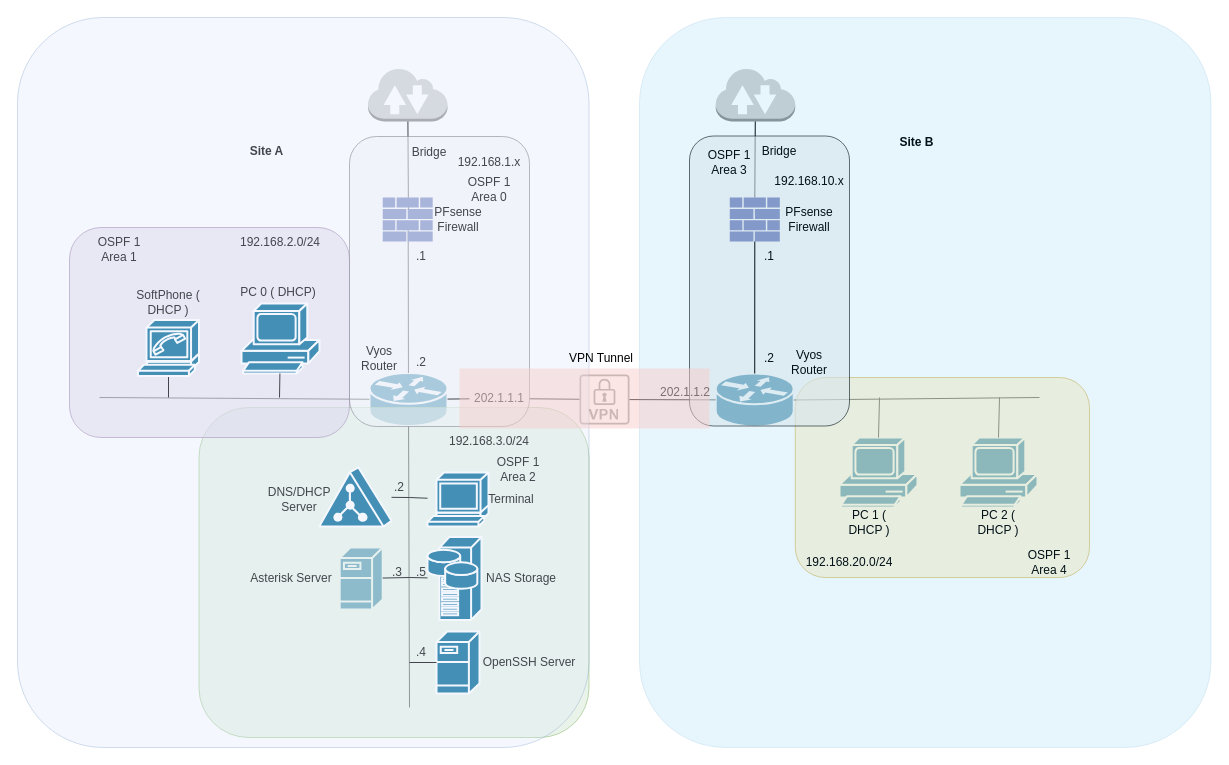
This is CapstoneNetDiag.drawio from Ssinghal98/Testing-stuff, a draw.io file, before an edit. Source tidied: cells renumbered, new cells numbered last; positions are measured from the earlier drawing's top-left corner, leaving out a move shared by most shapes. Both pictures are drawn from the tidied source at 100%, with x=0, y=0 at pixel (17, 17).
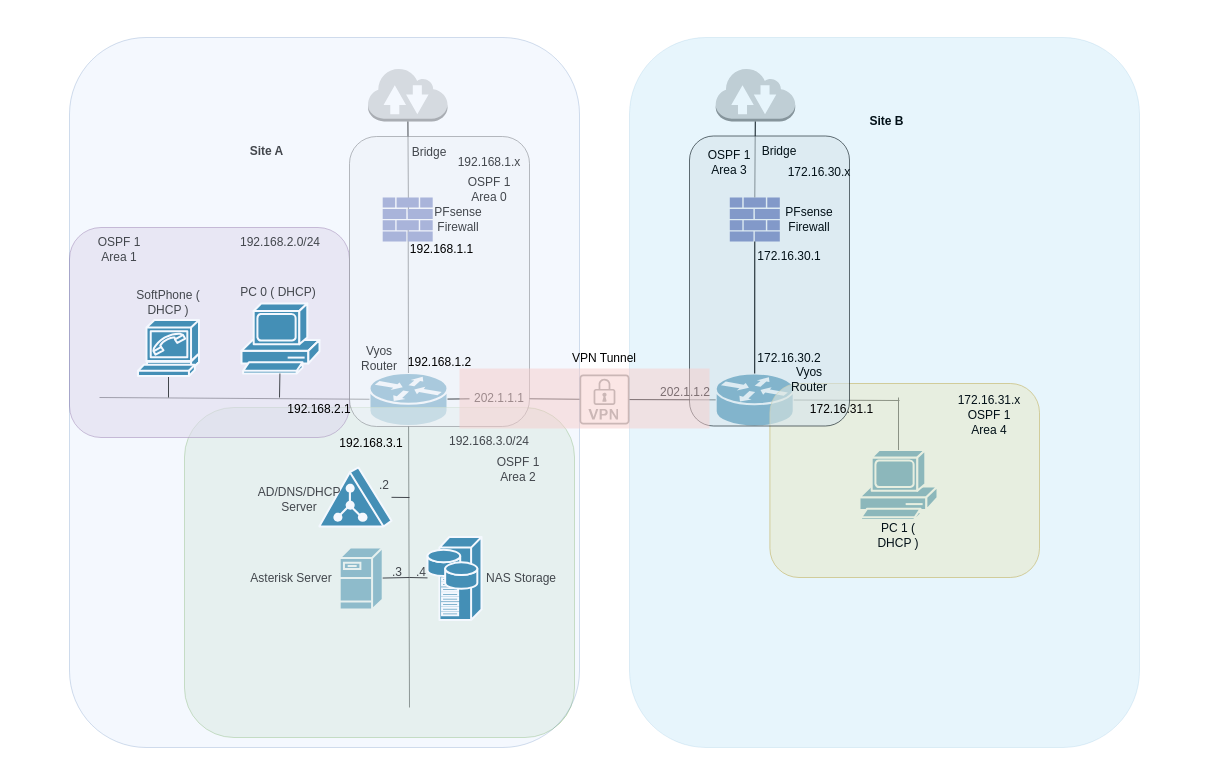
The same page after the edit.

Unchanged cells that the change refers to:
```xml
<mxCell id="6" style="shape=mxgraph.cisco.routers.router;sketch=0;html=1;dashed=0;fillColor=#036897;strokeColor=#ffffff;strokeWidth=2;verticalLabelPosition=bottom;verticalAlign=top;align=center;outlineConnect=0;" parent="1" vertex="1">
  <mxGeometry x="698.2" y="356" width="78" height="53" as="geometry" />
</mxCell>
```

Change to the diagram source:
```diff
@@
     <mxCell id="13" style="shape=mxgraph.cisco.computers_and_peripherals.pc;sketch=0;html=1;dashed=0;fillColor=#036897;strokeColor=#ffffff;strokeWidth=2;verticalLabelPosition=bottom;verticalAlign=top;align=center;outlineConnect=0;" parent="1" vertex="1">
-      <mxGeometry x="822" y="420" width="78" height="70" as="geometry" />
+      <mxGeometry x="842" y="432.5" width="78" height="70" as="geometry" />
     </mxCell>
@@
-    <mxCell id="16" style="shape=mxgraph.cisco.computers_and_peripherals.pc;sketch=0;html=1;dashed=0;fillColor=#036897;strokeColor=#ffffff;strokeWidth=2;verticalLabelPosition=bottom;verticalAlign=top;align=center;outlineConnect=0;" parent="1" vertex="1">
-      <mxGeometry x="942" y="420" width="78" height="70" as="geometry" />
-    </mxCell>
     <mxCell id="17" style="endArrow=none;html=1;rounded=0;entryX=1;entryY=0.5;entryDx=0;entryDy=0;entryPerimeter=0;" parent="1" edge="1" target="6">
       <mxGeometry relative="1" as="geometry">
-        <mxPoint x="1022" y="380" as="sourcePoint" />
+        <mxPoint x="882" y="383" as="sourcePoint" />
       </mxGeometry>
     </mxCell>
     <mxCell id="18" style="endArrow=none;html=1;rounded=0;entryX=0.5;entryY=0;entryDx=0;entryDy=0;entryPerimeter=0;" parent="1" edge="1" target="13">
       <mxGeometry relative="1" as="geometry">
-        <mxPoint x="862" y="380" as="sourcePoint" />
+        <mxPoint x="881" y="380" as="sourcePoint" />
       </mxGeometry>
     </mxCell>
-    <mxCell id="19" style="endArrow=none;html=1;rounded=0;entryX=0.5;entryY=0;entryDx=0;entryDy=0;entryPerimeter=0;" parent="1" edge="1" target="16">
-      <mxGeometry relative="1" as="geometry">
-        <mxPoint x="982" y="380" as="sourcePoint" />
-      </mxGeometry>
-    </mxCell>
     <mxCell id="20" style="rounded=1;whiteSpace=wrap;html=1;opacity=50;fillColor=#d5e8d4;strokeColor=#82b366;" parent="1" vertex="1">
-      <mxGeometry x="181.5" y="390" width="390" height="330" as="geometry" />
+      <mxGeometry x="167" y="390" width="390" height="330" as="geometry" />
     </mxCell>
@@
     <mxCell id="23" style="rounded=1;whiteSpace=wrap;html=1;opacity=60;fillColor=#fff2cc;strokeColor=#d6b656;" parent="1" vertex="1">
-      <mxGeometry x="777.8" y="360" width="294.2" height="200" as="geometry" />
+      <mxGeometry x="752.4" y="366" width="269.6" height="194" as="geometry" />
     </mxCell>
@@
-    <mxCell id="25" style="shape=mxgraph.cisco.servers.fileserver;sketch=0;html=1;dashed=0;fillColor=#036897;strokeColor=#ffffff;strokeWidth=2;verticalLabelPosition=bottom;verticalAlign=top;align=center;outlineConnect=0;" parent="1" vertex="1">
-      <mxGeometry x="419" y="614" width="43" height="62" as="geometry" />
-    </mxCell>
@@
-    <mxCell id="27" style="shape=mxgraph.cisco.computers_and_peripherals.terminal;sketch=0;html=1;dashed=0;fillColor=#036897;strokeColor=#ffffff;strokeWidth=2;verticalLabelPosition=bottom;verticalAlign=top;align=center;outlineConnect=0;" parent="1" vertex="1">
-      <mxGeometry x="410" y="455" width="61" height="54" as="geometry" />
-    </mxCell>
@@
-    <mxCell id="30" style="endArrow=none;html=1;rounded=0;" parent="1" edge="1" source="27">
-      <mxGeometry relative="1" as="geometry">
-        <mxPoint x="392" y="480" as="targetPoint" />
-      </mxGeometry>
-    </mxCell>
@@
-    <mxCell id="32" style="endArrow=none;html=1;rounded=0;" parent="1" edge="1" target="25">
-      <mxGeometry relative="1" as="geometry">
-        <mxPoint x="392" y="645" as="sourcePoint" />
-      </mxGeometry>
-    </mxCell>
@@
-    <mxCell id="42" value="192.168.10.x" style="text;html=1;strokeColor=none;fillColor=none;align=center;verticalAlign=middle;whiteSpace=wrap;rounded=0;" parent="1" vertex="1">
-      <mxGeometry x="762" y="148.5" width="60" height="30" as="geometry" />
+    <mxCell id="42" value="172.16.30.x" style="text;html=1;strokeColor=none;fillColor=none;align=center;verticalAlign=middle;whiteSpace=wrap;rounded=0;" parent="1" vertex="1">
+      <mxGeometry x="772" y="140" width="60" height="30" as="geometry" />
     </mxCell>
@@
     <mxCell id="47" value="OSPF 1&lt;br&gt;Area 4" style="text;html=1;strokeColor=none;fillColor=none;align=center;verticalAlign=middle;whiteSpace=wrap;rounded=0;" parent="1" vertex="1">
-      <mxGeometry x="1002" y="530" width="60" height="30" as="geometry" />
+      <mxGeometry x="942" y="390" width="60" height="30" as="geometry" />
     </mxCell>
@@
     <mxCell id="49" value="Vyos Router" style="text;html=1;strokeColor=none;fillColor=none;align=center;verticalAlign=middle;whiteSpace=wrap;rounded=0;" parent="1" vertex="1">
-      <mxGeometry x="762.2" y="330" width="60" height="30" as="geometry" />
+      <mxGeometry x="762" y="347" width="60" height="30" as="geometry" />
     </mxCell>
@@
-    <mxCell id="51" value=".1" style="text;html=1;strokeColor=none;fillColor=none;align=center;verticalAlign=middle;whiteSpace=wrap;rounded=0;opacity=50;" parent="1" vertex="1">
-      <mxGeometry x="374" y="224" width="60" height="30" as="geometry" />
-    </mxCell>
-    <mxCell id="52" value=".2" style="text;html=1;strokeColor=none;fillColor=none;align=center;verticalAlign=middle;whiteSpace=wrap;rounded=0;opacity=50;" parent="1" vertex="1">
-      <mxGeometry x="374" y="330" width="60" height="30" as="geometry" />
-    </mxCell>
@@
     <mxCell id="56" value="&lt;b&gt;Site B&lt;/b&gt;" style="text;html=1;strokeColor=none;fillColor=none;align=center;verticalAlign=middle;whiteSpace=wrap;rounded=0;opacity=50;" parent="1" vertex="1">
-      <mxGeometry x="862" y="110" width="75" height="30" as="geometry" />
+      <mxGeometry x="832" y="88.5" width="75" height="30" as="geometry" />
     </mxCell>
-    <mxCell id="57" value="DNS/DHCP Server" style="text;html=1;strokeColor=none;fillColor=none;align=center;verticalAlign=middle;whiteSpace=wrap;rounded=0;opacity=50;" parent="1" vertex="1">
+    <mxCell id="57" value="AD/DNS/DHCP Server" style="text;html=1;strokeColor=none;fillColor=none;align=center;verticalAlign=middle;whiteSpace=wrap;rounded=0;opacity=50;" parent="1" vertex="1">
       <mxGeometry x="252" y="467" width="60" height="30" as="geometry" />
     </mxCell>
-    <mxCell id="58" value="Terminal" style="text;html=1;strokeColor=none;fillColor=none;align=center;verticalAlign=middle;whiteSpace=wrap;rounded=0;opacity=50;" parent="1" vertex="1">
-      <mxGeometry x="464" y="467" width="60" height="30" as="geometry" />
-    </mxCell>
-    <mxCell id="59" value=".1" style="text;html=1;strokeColor=none;fillColor=none;align=center;verticalAlign=middle;whiteSpace=wrap;rounded=0;opacity=50;" parent="1" vertex="1">
-      <mxGeometry x="722" y="224" width="60" height="30" as="geometry" />
+    <mxCell id="59" value="172.16.30.1" style="text;html=1;strokeColor=none;fillColor=none;align=center;verticalAlign=middle;whiteSpace=wrap;rounded=0;opacity=50;" parent="1" vertex="1">
+      <mxGeometry x="742" y="224" width="60" height="30" as="geometry" />
     </mxCell>
-    <mxCell id="60" value=".2" style="text;html=1;strokeColor=none;fillColor=none;align=center;verticalAlign=middle;whiteSpace=wrap;rounded=0;opacity=50;" parent="1" vertex="1">
-      <mxGeometry x="722" y="325.5" width="60" height="30" as="geometry" />
+    <mxCell id="60" value="172.16.30.2" style="text;html=1;strokeColor=none;fillColor=none;align=center;verticalAlign=middle;whiteSpace=wrap;rounded=0;opacity=50;" parent="1" vertex="1">
+      <mxGeometry x="742" y="326" width="60" height="30" as="geometry" />
     </mxCell>
-    <mxCell id="61" value="192.168.20.0/24" style="text;html=1;strokeColor=none;fillColor=none;align=center;verticalAlign=middle;whiteSpace=wrap;rounded=0;" parent="1" vertex="1">
-      <mxGeometry x="802" y="530" width="60" height="30" as="geometry" />
+    <mxCell id="61" value="172.16.31.x" style="text;html=1;strokeColor=none;fillColor=none;align=center;verticalAlign=middle;whiteSpace=wrap;rounded=0;" parent="1" vertex="1">
+      <mxGeometry x="942" y="367.5" width="60" height="30" as="geometry" />
     </mxCell>
@@
-    <mxCell id="64" value="OpenSSH Server" style="text;html=1;strokeColor=none;fillColor=none;align=center;verticalAlign=middle;whiteSpace=wrap;rounded=0;opacity=50;" parent="1" vertex="1">
-      <mxGeometry x="462" y="630" width="100" height="30" as="geometry" />
-    </mxCell>
@@
     <mxCell id="66" value="PC 1 ( DHCP )" style="text;html=1;strokeColor=none;fillColor=none;align=center;verticalAlign=middle;whiteSpace=wrap;rounded=0;opacity=50;" parent="1" vertex="1">
-      <mxGeometry x="822.2" y="489.5" width="60" height="30" as="geometry" />
+      <mxGeometry x="851" y="502.5" width="60" height="30" as="geometry" />
     </mxCell>
@@
-    <mxCell id="70" value="PC 2 ( DHCP )" style="text;html=1;strokeColor=none;fillColor=none;align=center;verticalAlign=middle;whiteSpace=wrap;rounded=0;opacity=50;" parent="1" vertex="1">
-      <mxGeometry x="951" y="490" width="60" height="30" as="geometry" />
-    </mxCell>
@@
     <mxCell id="74" value=".2" style="text;html=1;strokeColor=none;fillColor=none;align=center;verticalAlign=middle;whiteSpace=wrap;rounded=0;opacity=50;" parent="1" vertex="1">
-      <mxGeometry x="352" y="455" width="60" height="30" as="geometry" />
+      <mxGeometry x="352" y="455" width="30" height="25" as="geometry" />
     </mxCell>
@@
-    <mxCell id="76" value=".4" style="text;html=1;strokeColor=none;fillColor=none;align=center;verticalAlign=middle;whiteSpace=wrap;rounded=0;opacity=50;" parent="1" vertex="1">
-      <mxGeometry x="374" y="620" width="60" height="30" as="geometry" />
-    </mxCell>
-    <mxCell id="77" value=".5" style="text;html=1;strokeColor=none;fillColor=none;align=center;verticalAlign=middle;whiteSpace=wrap;rounded=0;opacity=50;" parent="1" vertex="1">
+    <mxCell id="77" value=".4" style="text;html=1;strokeColor=none;fillColor=none;align=center;verticalAlign=middle;whiteSpace=wrap;rounded=0;opacity=50;" parent="1" vertex="1">
       <mxGeometry x="374" y="540" width="60" height="30" as="geometry" />
     </mxCell>
@@
     <mxCell id="79" style="rounded=1;whiteSpace=wrap;html=1;fillColor=#dae8fc;opacity=30;strokeColor=#6c8ebf;" parent="1" vertex="1">
-      <mxGeometry width="571.5" height="730" as="geometry" />
+      <mxGeometry x="52" y="20" width="510" height="710" as="geometry" />
     </mxCell>
     <mxCell id="80" style="rounded=1;whiteSpace=wrap;html=1;fillColor=#1ba1e2;opacity=10;strokeColor=#006EAF;fontColor=#ffffff;" parent="1" vertex="1">
-      <mxGeometry x="622" width="571.5" height="730" as="geometry" />
+      <mxGeometry x="612" y="20" width="510" height="710" as="geometry" />
     </mxCell>
@@
     <mxCell id="82" value="VPN Tunnel" style="text;html=1;strokeColor=none;fillColor=none;align=center;verticalAlign=middle;whiteSpace=wrap;rounded=0;opacity=50;" parent="1" vertex="1">
-      <mxGeometry x="524" y="325.5" width="120" height="30" as="geometry" />
+      <mxGeometry x="527" y="325.5" width="120" height="30" as="geometry" />
     </mxCell>
+    <mxCell id="83" value="192.168.2.1" style="text;html=1;strokeColor=none;fillColor=none;align=center;verticalAlign=middle;whiteSpace=wrap;rounded=0;" parent="1" vertex="1">
+      <mxGeometry x="272" y="377" width="60" height="30" as="geometry" />
+    </mxCell>
+    <mxCell id="84" value="192.168.3.1" style="text;html=1;strokeColor=none;fillColor=none;align=center;verticalAlign=middle;whiteSpace=wrap;rounded=0;" parent="1" vertex="1">
+      <mxGeometry x="324" y="411" width="60" height="30" as="geometry" />
+    </mxCell>
+    <mxCell id="85" value="192.168.1.2" style="text;html=1;strokeColor=none;fillColor=none;align=center;verticalAlign=middle;whiteSpace=wrap;rounded=0;" parent="1" vertex="1">
+      <mxGeometry x="389.5" y="330" width="65" height="30" as="geometry" />
+    </mxCell>
+    <mxCell id="86" value="192.168.1.1" style="text;html=1;strokeColor=none;fillColor=none;align=center;verticalAlign=middle;whiteSpace=wrap;rounded=0;" parent="1" vertex="1">
+      <mxGeometry x="392" y="217" width="65" height="30" as="geometry" />
+    </mxCell>
+    <mxCell id="87" value="172.16.31.1" style="text;html=1;strokeColor=none;fillColor=none;align=center;verticalAlign=middle;whiteSpace=wrap;rounded=0;" parent="1" vertex="1">
+      <mxGeometry x="762.2" y="377" width="124.8" height="30" as="geometry" />
+    </mxCell>
```
